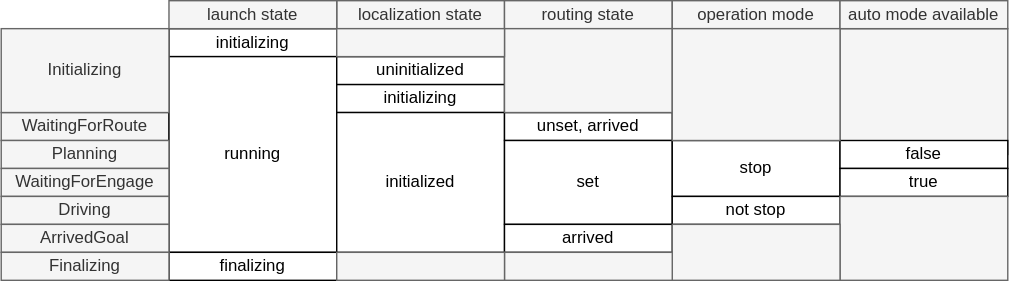
The draw.io diagram main/system/default_ad_api/document/images/autoware-state-table.drawio.svg in beyzanurkaya/autoware.universe, before a commit. Source tidied: cells renumbered, new cells last; positions are measured from the earlier drawing's top-left corner, leaving out a move shared by most shapes. Source of this version:
```xml
<mxGraphModel>
  <root>
    <mxCell id="0" />
    <mxCell id="1" parent="0" />
    <mxCell id="2" style="rounded=0;whiteSpace=wrap;html=1;fillColor=#f5f5f5;fontColor=#333333;strokeColor=#666666;" parent="1" vertex="1">
      <mxGeometry x="600" y="20" width="120" height="90" as="geometry" />
    </mxCell>
    <mxCell id="3" value="WaitingForRoute" style="rounded=0;whiteSpace=wrap;html=1;fillColor=#f5f5f5;fontColor=#333333;strokeColor=#666666;" parent="1" vertex="1">
      <mxGeometry y="80" width="120" height="20" as="geometry" />
    </mxCell>
    <mxCell id="4" value="localization state" style="rounded=0;whiteSpace=wrap;html=1;fillColor=#f5f5f5;fontColor=#333333;strokeColor=#666666;" parent="1" vertex="1">
      <mxGeometry x="240" width="120" height="20" as="geometry" />
    </mxCell>
    <mxCell id="5" value="routing state" style="rounded=0;whiteSpace=wrap;html=1;fillColor=#f5f5f5;fontColor=#333333;strokeColor=#666666;" parent="1" vertex="1">
      <mxGeometry x="360" width="120" height="20" as="geometry" />
    </mxCell>
    <mxCell id="6" value="operation mode" style="rounded=0;whiteSpace=wrap;html=1;fillColor=#f5f5f5;fontColor=#333333;strokeColor=#666666;" parent="1" vertex="1">
      <mxGeometry x="480" width="120" height="20" as="geometry" />
    </mxCell>
    <mxCell id="7" value="auto mode available" style="rounded=0;whiteSpace=wrap;html=1;fillColor=#f5f5f5;fontColor=#333333;strokeColor=#666666;" parent="1" vertex="1">
      <mxGeometry x="600" width="120" height="20" as="geometry" />
    </mxCell>
    <mxCell id="8" value="initializing" style="rounded=0;whiteSpace=wrap;html=1;" parent="1" vertex="1">
      <mxGeometry x="120" y="20" width="120" height="20" as="geometry" />
    </mxCell>
    <mxCell id="9" value="running" style="rounded=0;whiteSpace=wrap;html=1;" parent="1" vertex="1">
      <mxGeometry x="120" y="40" width="120" height="140" as="geometry" />
    </mxCell>
    <mxCell id="10" value="uninitialized" style="rounded=0;whiteSpace=wrap;html=1;" parent="1" vertex="1">
      <mxGeometry x="240" y="40" width="120" height="20" as="geometry" />
    </mxCell>
    <mxCell id="11" value="initializing" style="rounded=0;whiteSpace=wrap;html=1;" parent="1" vertex="1">
      <mxGeometry x="240" y="60" width="120" height="20" as="geometry" />
    </mxCell>
    <mxCell id="12" value="initialized" style="rounded=0;whiteSpace=wrap;html=1;" parent="1" vertex="1">
      <mxGeometry x="240" y="80" width="120" height="100" as="geometry" />
    </mxCell>
    <mxCell id="13" value="unset, arrived" style="rounded=0;whiteSpace=wrap;html=1;" parent="1" vertex="1">
      <mxGeometry x="360" y="80" width="120" height="20" as="geometry" />
    </mxCell>
    <mxCell id="14" value="set" style="rounded=0;whiteSpace=wrap;html=1;" parent="1" vertex="1">
      <mxGeometry x="360" y="100" width="120" height="60" as="geometry" />
    </mxCell>
    <mxCell id="15" value="arrived" style="rounded=0;whiteSpace=wrap;html=1;" parent="1" vertex="1">
      <mxGeometry x="360" y="160" width="120" height="20" as="geometry" />
    </mxCell>
    <mxCell id="16" value="finalizing" style="rounded=0;whiteSpace=wrap;html=1;" parent="1" vertex="1">
      <mxGeometry x="120" y="180" width="120" height="20" as="geometry" />
    </mxCell>
    <mxCell id="17" value="stop" style="rounded=0;whiteSpace=wrap;html=1;" parent="1" vertex="1">
      <mxGeometry x="480" y="100" width="120" height="40" as="geometry" />
    </mxCell>
    <mxCell id="18" value="not stop" style="rounded=0;whiteSpace=wrap;html=1;" parent="1" vertex="1">
      <mxGeometry x="480" y="140" width="120" height="20" as="geometry" />
    </mxCell>
    <mxCell id="19" value="false" style="rounded=0;whiteSpace=wrap;html=1;" parent="1" vertex="1">
      <mxGeometry x="600" y="100" width="120" height="20" as="geometry" />
    </mxCell>
    <mxCell id="20" value="true" style="rounded=0;whiteSpace=wrap;html=1;" parent="1" vertex="1">
      <mxGeometry x="600" y="120" width="120" height="20" as="geometry" />
    </mxCell>
    <mxCell id="21" value="Initializing" style="rounded=0;whiteSpace=wrap;html=1;fillColor=#f5f5f5;fontColor=#333333;strokeColor=#666666;" parent="1" vertex="1">
      <mxGeometry y="20" width="120" height="60" as="geometry" />
    </mxCell>
    <mxCell id="22" value="launch state" style="rounded=0;whiteSpace=wrap;html=1;fillColor=#f5f5f5;fontColor=#333333;strokeColor=#666666;" parent="1" vertex="1">
      <mxGeometry x="120" width="120" height="20" as="geometry" />
    </mxCell>
    <mxCell id="23" value="Planning" style="rounded=0;whiteSpace=wrap;html=1;fillColor=#f5f5f5;fontColor=#333333;strokeColor=#666666;" parent="1" vertex="1">
      <mxGeometry y="100" width="120" height="20" as="geometry" />
    </mxCell>
    <mxCell id="24" value="WaitingForEngage" style="rounded=0;whiteSpace=wrap;html=1;fillColor=#f5f5f5;fontColor=#333333;strokeColor=#666666;" parent="1" vertex="1">
      <mxGeometry y="120" width="120" height="20" as="geometry" />
    </mxCell>
    <mxCell id="25" value="Driving" style="rounded=0;whiteSpace=wrap;html=1;fillColor=#f5f5f5;fontColor=#333333;strokeColor=#666666;" parent="1" vertex="1">
      <mxGeometry y="140" width="120" height="20" as="geometry" />
    </mxCell>
    <mxCell id="26" value="ArrivedGoal" style="rounded=0;whiteSpace=wrap;html=1;fillColor=#f5f5f5;fontColor=#333333;strokeColor=#666666;" parent="1" vertex="1">
      <mxGeometry y="160" width="120" height="20" as="geometry" />
    </mxCell>
    <mxCell id="27" value="Finalizing" style="rounded=0;whiteSpace=wrap;html=1;fillColor=#f5f5f5;fontColor=#333333;strokeColor=#666666;" parent="1" vertex="1">
      <mxGeometry y="180" width="120" height="20" as="geometry" />
    </mxCell>
    <mxCell id="28" style="rounded=0;whiteSpace=wrap;html=1;fillColor=#f5f5f5;fontColor=#333333;strokeColor=#666666;" parent="1" vertex="1">
      <mxGeometry x="600" y="140" width="120" height="60" as="geometry" />
    </mxCell>
    <mxCell id="29" style="rounded=0;whiteSpace=wrap;html=1;fillColor=#f5f5f5;fontColor=#333333;strokeColor=#666666;" parent="1" vertex="1">
      <mxGeometry x="360" y="20" width="120" height="60" as="geometry" />
    </mxCell>
    <mxCell id="30" style="rounded=0;whiteSpace=wrap;html=1;fillColor=#f5f5f5;fontColor=#333333;strokeColor=#666666;" parent="1" vertex="1">
      <mxGeometry x="480" y="20" width="120" height="80" as="geometry" />
    </mxCell>
    <mxCell id="31" style="rounded=0;whiteSpace=wrap;html=1;fillColor=#f5f5f5;fontColor=#333333;strokeColor=#666666;" parent="1" vertex="1">
      <mxGeometry x="480" y="160" width="120" height="40" as="geometry" />
    </mxCell>
    <mxCell id="32" style="rounded=0;whiteSpace=wrap;html=1;fillColor=#f5f5f5;fontColor=#333333;strokeColor=#666666;" parent="1" vertex="1">
      <mxGeometry x="360" y="180" width="120" height="20" as="geometry" />
    </mxCell>
    <mxCell id="33" style="rounded=0;whiteSpace=wrap;html=1;fillColor=#f5f5f5;fontColor=#333333;strokeColor=#666666;" parent="1" vertex="1">
      <mxGeometry x="240" y="180" width="120" height="20" as="geometry" />
    </mxCell>
    <mxCell id="34" style="rounded=0;whiteSpace=wrap;html=1;fillColor=#f5f5f5;fontColor=#333333;strokeColor=#666666;" parent="1" vertex="1">
      <mxGeometry x="240" y="20" width="120" height="20" as="geometry" />
    </mxCell>
  </root>
</mxGraphModel>
```
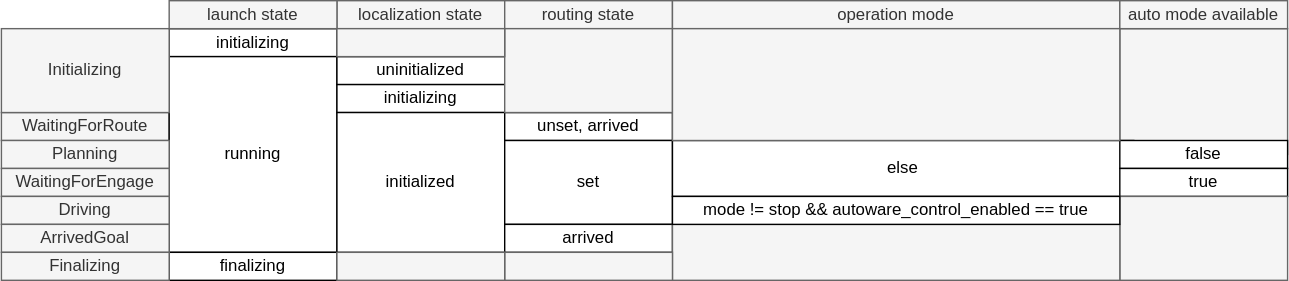
After the commit.

What changed in the source:
```diff
@@ -3,7 +3,7 @@
     <mxCell id="0" />
     <mxCell id="1" parent="0" />
     <mxCell id="2" style="rounded=0;whiteSpace=wrap;html=1;fillColor=#f5f5f5;fontColor=#333333;strokeColor=#666666;" parent="1" vertex="1">
-      <mxGeometry x="600" y="20" width="120" height="90" as="geometry" />
+      <mxGeometry x="800" y="20" width="120" height="90" as="geometry" />
     </mxCell>
     <mxCell id="3" value="WaitingForRoute" style="rounded=0;whiteSpace=wrap;html=1;fillColor=#f5f5f5;fontColor=#333333;strokeColor=#666666;" parent="1" vertex="1">
       <mxGeometry y="80" width="120" height="20" as="geometry" />
@@ -15,10 +15,10 @@
       <mxGeometry x="360" width="120" height="20" as="geometry" />
     </mxCell>
     <mxCell id="6" value="operation mode" style="rounded=0;whiteSpace=wrap;html=1;fillColor=#f5f5f5;fontColor=#333333;strokeColor=#666666;" parent="1" vertex="1">
-      <mxGeometry x="480" width="120" height="20" as="geometry" />
+      <mxGeometry x="480" width="320" height="20" as="geometry" />
     </mxCell>
     <mxCell id="7" value="auto mode available" style="rounded=0;whiteSpace=wrap;html=1;fillColor=#f5f5f5;fontColor=#333333;strokeColor=#666666;" parent="1" vertex="1">
-      <mxGeometry x="600" width="120" height="20" as="geometry" />
+      <mxGeometry x="800" width="120" height="20" as="geometry" />
     </mxCell>
     <mxCell id="8" value="initializing" style="rounded=0;whiteSpace=wrap;html=1;" parent="1" vertex="1">
       <mxGeometry x="120" y="20" width="120" height="20" as="geometry" />
@@ -47,17 +47,14 @@
     <mxCell id="16" value="finalizing" style="rounded=0;whiteSpace=wrap;html=1;" parent="1" vertex="1">
       <mxGeometry x="120" y="180" width="120" height="20" as="geometry" />
     </mxCell>
-    <mxCell id="17" value="stop" style="rounded=0;whiteSpace=wrap;html=1;" parent="1" vertex="1">
-      <mxGeometry x="480" y="100" width="120" height="40" as="geometry" />
+    <mxCell id="17" value="else" style="rounded=0;whiteSpace=wrap;html=1;" parent="1" vertex="1">
+      <mxGeometry x="480" y="100" width="330" height="40" as="geometry" />
     </mxCell>
-    <mxCell id="18" value="not stop" style="rounded=0;whiteSpace=wrap;html=1;" parent="1" vertex="1">
-      <mxGeometry x="480" y="140" width="120" height="20" as="geometry" />
-    </mxCell>
     <mxCell id="19" value="false" style="rounded=0;whiteSpace=wrap;html=1;" parent="1" vertex="1">
-      <mxGeometry x="600" y="100" width="120" height="20" as="geometry" />
+      <mxGeometry x="800" y="100" width="120" height="20" as="geometry" />
     </mxCell>
     <mxCell id="20" value="true" style="rounded=0;whiteSpace=wrap;html=1;" parent="1" vertex="1">
-      <mxGeometry x="600" y="120" width="120" height="20" as="geometry" />
+      <mxGeometry x="800" y="120" width="120" height="20" as="geometry" />
     </mxCell>
     <mxCell id="21" value="Initializing" style="rounded=0;whiteSpace=wrap;html=1;fillColor=#f5f5f5;fontColor=#333333;strokeColor=#666666;" parent="1" vertex="1">
       <mxGeometry y="20" width="120" height="60" as="geometry" />
@@ -81,16 +78,16 @@
       <mxGeometry y="180" width="120" height="20" as="geometry" />
     </mxCell>
     <mxCell id="28" style="rounded=0;whiteSpace=wrap;html=1;fillColor=#f5f5f5;fontColor=#333333;strokeColor=#666666;" parent="1" vertex="1">
-      <mxGeometry x="600" y="140" width="120" height="60" as="geometry" />
+      <mxGeometry x="800" y="140" width="120" height="60" as="geometry" />
     </mxCell>
     <mxCell id="29" style="rounded=0;whiteSpace=wrap;html=1;fillColor=#f5f5f5;fontColor=#333333;strokeColor=#666666;" parent="1" vertex="1">
       <mxGeometry x="360" y="20" width="120" height="60" as="geometry" />
     </mxCell>
     <mxCell id="30" style="rounded=0;whiteSpace=wrap;html=1;fillColor=#f5f5f5;fontColor=#333333;strokeColor=#666666;" parent="1" vertex="1">
-      <mxGeometry x="480" y="20" width="120" height="80" as="geometry" />
+      <mxGeometry x="480" y="20" width="320" height="80" as="geometry" />
     </mxCell>
     <mxCell id="31" style="rounded=0;whiteSpace=wrap;html=1;fillColor=#f5f5f5;fontColor=#333333;strokeColor=#666666;" parent="1" vertex="1">
-      <mxGeometry x="480" y="160" width="120" height="40" as="geometry" />
+      <mxGeometry x="480" y="160" width="320" height="40" as="geometry" />
     </mxCell>
     <mxCell id="32" style="rounded=0;whiteSpace=wrap;html=1;fillColor=#f5f5f5;fontColor=#333333;strokeColor=#666666;" parent="1" vertex="1">
       <mxGeometry x="360" y="180" width="120" height="20" as="geometry" />
@@ -101,5 +98,8 @@
     <mxCell id="34" style="rounded=0;whiteSpace=wrap;html=1;fillColor=#f5f5f5;fontColor=#333333;strokeColor=#666666;" parent="1" vertex="1">
       <mxGeometry x="240" y="20" width="120" height="20" as="geometry" />
     </mxCell>
+    <mxCell id="35" value="mode != stop &amp;amp;&amp;amp; autoware_control_enabled == true" style="rounded=0;whiteSpace=wrap;html=1;" parent="1" vertex="1">
+      <mxGeometry x="480" y="140" width="320" height="20" as="geometry" />
+    </mxCell>
   </root>
 </mxGraphModel>
```
